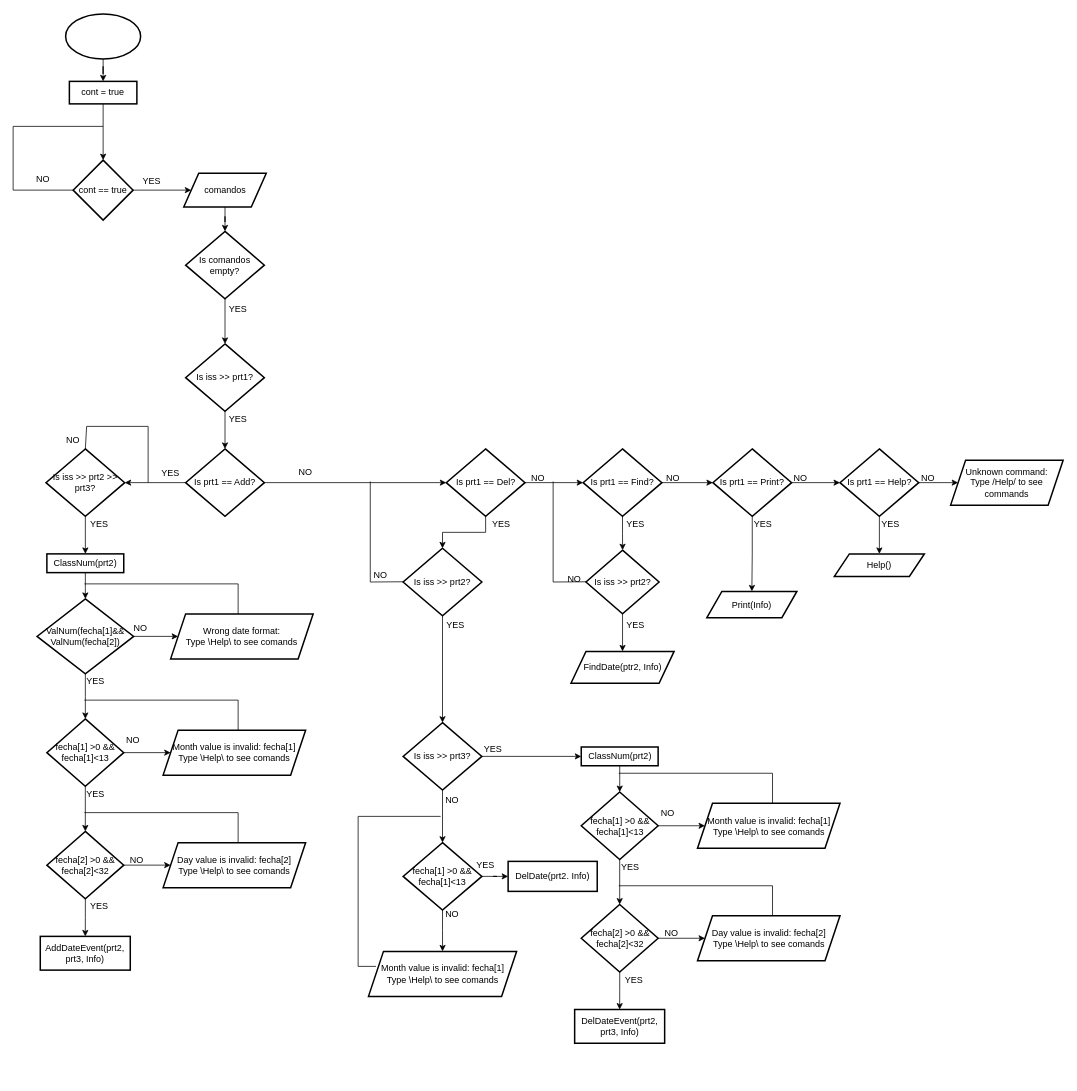
Earlier version of the draw.io diagram BD.drawio (NicoleLozadaLeon/ALBAJULIOMIKA). Source tidied: cells renumbered, new cells numbered last; positions are measured from the earlier drawing's top-left corner, leaving out a move shared by most shapes. Both pictures are drawn from the tidied source at 75%, with x=0, y=0 at pixel (13, 14).
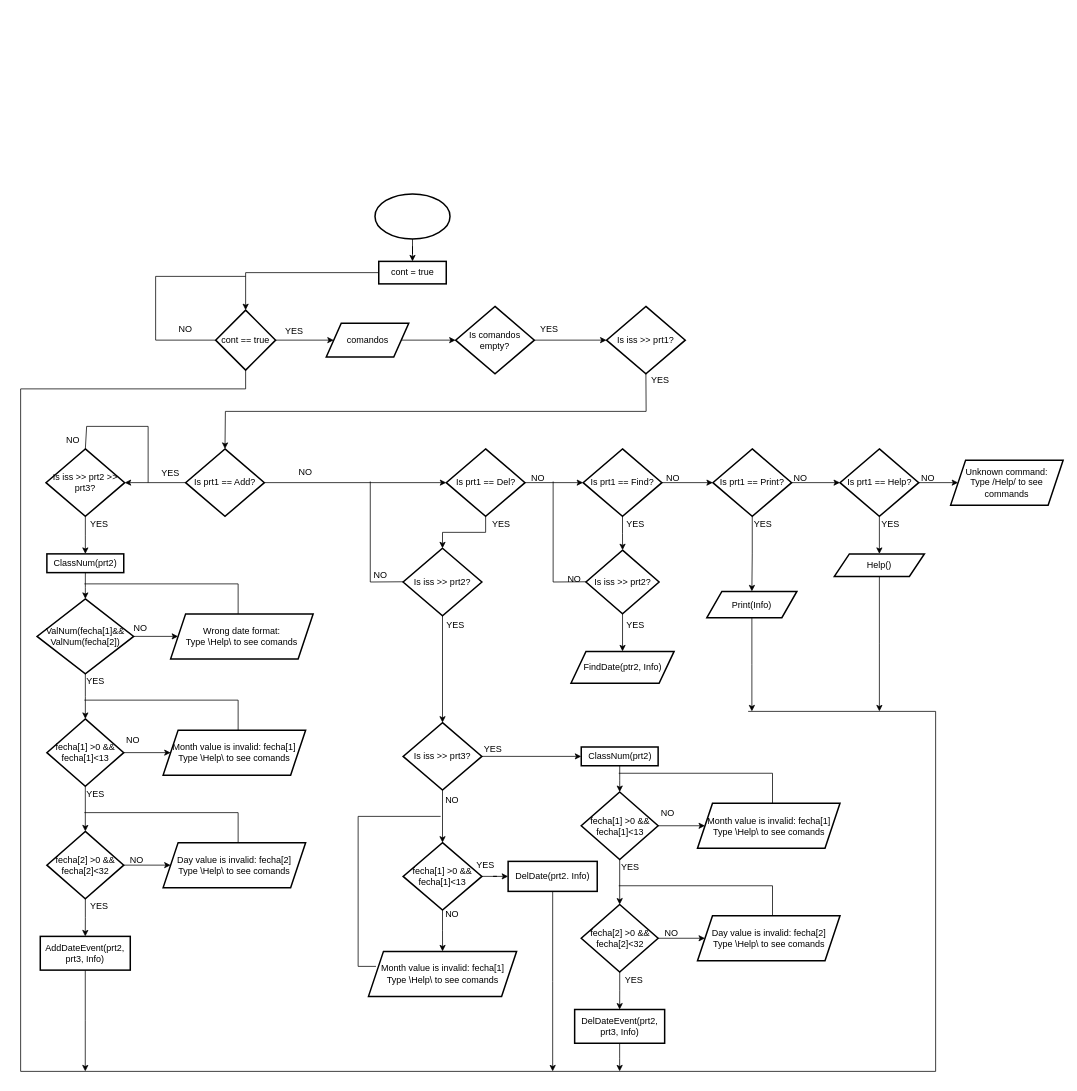
The same diagram, later.

Unchanged cells that the change refers to:
```xml
<mxCell id="22" value="Is prt1 == Add?" style="rhombus;whiteSpace=wrap;html=1;strokeWidth=2;" parent="1" vertex="1">
  <mxGeometry x="230" y="580" width="105" height="90" as="geometry" />
</mxCell>
<mxCell id="39" value="Print(Info)" style="shape=parallelogram;perimeter=parallelogramPerimeter;whiteSpace=wrap;html=1;fixedSize=1;strokeWidth=2;" parent="1" vertex="1">
  <mxGeometry x="925" y="770" width="120" height="35" as="geometry" />
</mxCell>
<mxCell id="40" value="Help()" style="shape=parallelogram;perimeter=parallelogramPerimeter;whiteSpace=wrap;html=1;fixedSize=1;strokeWidth=2;" parent="1" vertex="1">
  <mxGeometry x="1095" y="720" width="120" height="30" as="geometry" />
</mxCell>
<mxCell id="65" value="AddDateEvent(prt2, prt3, Info)" style="whiteSpace=wrap;html=1;strokeWidth=2;" parent="1" vertex="1">
  <mxGeometry x="36.2" y="1230" width="120" height="45" as="geometry" />
</mxCell>
<mxCell id="90" value="DelDateEvent(prt2, prt3, Info)" style="whiteSpace=wrap;html=1;strokeWidth=2;" parent="1" vertex="1">
  <mxGeometry x="748.7" y="1327.5" width="120" height="45" as="geometry" />
</mxCell>
<mxCell id="102" value="DelDate(prt2. Info)" style="whiteSpace=wrap;html=1;strokeWidth=2;" parent="1" vertex="1">
  <mxGeometry x="660" y="1130" width="118.8" height="40" as="geometry" />
</mxCell>
```

Change to the diagram source:
```diff
@@
     <mxCell id="3" style="strokeWidth=2;html=1;shape=mxgraph.flowchart.start_1;whiteSpace=wrap;" parent="1" vertex="1">
-      <mxGeometry x="70" width="100" height="60" as="geometry" />
+      <mxGeometry x="482.5" y="240" width="100" height="60" as="geometry" />
     </mxCell>
@@
     <mxCell id="5" value="cont = true" style="whiteSpace=wrap;html=1;strokeWidth=2;" parent="1" vertex="1">
-      <mxGeometry x="75" y="90" width="90" height="30" as="geometry" />
+      <mxGeometry x="487.5" y="330" width="90" height="30" as="geometry" />
     </mxCell>
@@
     <mxCell id="7" value="cont == true" style="rhombus;whiteSpace=wrap;html=1;strokeWidth=2;" parent="1" vertex="1">
-      <mxGeometry x="80" y="195" width="80" height="80" as="geometry" />
+      <mxGeometry x="270" y="395" width="80" height="80" as="geometry" />
     </mxCell>
@@
     <mxCell id="9" value="comandos" style="shape=parallelogram;perimeter=parallelogramPerimeter;whiteSpace=wrap;html=1;fixedSize=1;strokeWidth=2;" parent="1" vertex="1">
-      <mxGeometry x="227.5" y="212.5" width="110" height="45" as="geometry" />
+      <mxGeometry x="417.5" y="412.5" width="110" height="45" as="geometry" />
     </mxCell>
     <mxCell id="10" value="YES" style="text;html=1;align=center;verticalAlign=middle;whiteSpace=wrap;rounded=0;" parent="1" vertex="1">
-      <mxGeometry x="165" y="212.5" width="40" height="20" as="geometry" />
+      <mxGeometry x="355" y="412.5" width="40" height="20" as="geometry" />
     </mxCell>
     <mxCell id="11" value="NO" style="text;html=1;align=center;verticalAlign=middle;whiteSpace=wrap;rounded=0;" parent="1" vertex="1">
-      <mxGeometry x="10" y="212.5" width="60" height="17.5" as="geometry" />
+      <mxGeometry x="200" y="412.5" width="60" height="17.5" as="geometry" />
     </mxCell>
@@
     <mxCell id="13" value="Is comandos empty?" style="rhombus;whiteSpace=wrap;html=1;strokeWidth=2;" parent="1" vertex="1">
-      <mxGeometry x="230" y="290" width="105" height="90" as="geometry" />
+      <mxGeometry x="590" y="390" width="105" height="90" as="geometry" />
     </mxCell>
-    <mxCell id="14" style="edgeStyle=orthogonalEdgeStyle;rounded=0;jettySize=auto;html=1;" parent="1" edge="1" source="15" target="22">
-      <mxGeometry relative="1" as="geometry" />
-    </mxCell>
     <mxCell id="15" value="Is iss &amp;gt;&amp;gt; prt1?" style="rhombus;whiteSpace=wrap;html=1;strokeWidth=2;" parent="1" vertex="1">
-      <mxGeometry x="230" y="440" width="105" height="90" as="geometry" />
+      <mxGeometry x="791.2" y="390" width="105" height="90" as="geometry" />
     </mxCell>
     <mxCell id="16" value="YES" style="text;html=1;align=center;verticalAlign=middle;whiteSpace=wrap;rounded=0;" parent="1" vertex="1">
-      <mxGeometry x="280" y="530" width="40" height="20" as="geometry" />
+      <mxGeometry x="695" y="410" width="40" height="20" as="geometry" />
     </mxCell>
     <mxCell id="17" value="YES" style="text;html=1;align=center;verticalAlign=middle;whiteSpace=wrap;rounded=0;" parent="1" vertex="1">
-      <mxGeometry x="280" y="380" width="40" height="27.5" as="geometry" />
+      <mxGeometry x="842.5" y="475" width="40" height="27.5" as="geometry" />
     </mxCell>
@@
+    <mxCell id="119" style="edgeStyle=orthogonalEdgeStyle;rounded=0;jettySize=auto;html=1;" parent="1" edge="1" source="39">
+      <mxGeometry relative="1" as="geometry">
+        <mxPoint x="985" y="930" as="targetPoint" />
+      </mxGeometry>
+    </mxCell>
@@
+    <mxCell id="120" style="edgeStyle=orthogonalEdgeStyle;rounded=0;jettySize=auto;html=1;" parent="1" edge="1" source="40">
+      <mxGeometry relative="1" as="geometry">
+        <mxPoint x="1155" y="930" as="targetPoint" />
+      </mxGeometry>
+    </mxCell>
@@
+    <mxCell id="121" style="edgeStyle=orthogonalEdgeStyle;rounded=0;jettySize=auto;html=1;" parent="1" edge="1" source="65">
+      <mxGeometry relative="1" as="geometry">
+        <mxPoint x="96.2" y="1410" as="targetPoint" />
+      </mxGeometry>
+    </mxCell>
@@
+    <mxCell id="122" style="edgeStyle=orthogonalEdgeStyle;rounded=0;jettySize=auto;html=1;" parent="1" edge="1" source="90">
+      <mxGeometry relative="1" as="geometry">
+        <mxPoint x="808.7" y="1410" as="targetPoint" />
+      </mxGeometry>
+    </mxCell>
@@
+    <mxCell id="123" style="edgeStyle=orthogonalEdgeStyle;rounded=0;jettySize=auto;html=1;" parent="1" edge="1" source="102">
+      <mxGeometry relative="1" as="geometry">
+        <mxPoint x="719.4" y="1410" as="targetPoint" />
+      </mxGeometry>
+    </mxCell>
@@
     <mxCell id="118" style="endArrow=none;html=1;rounded=0;exitX=0;exitY=0.5;exitDx=0;exitDy=0;" parent="1" edge="1" source="7">
       <mxGeometry relative="1" as="geometry">
-        <mxPoint x="120" y="150" as="targetPoint" />
+        <mxPoint x="310" y="350" as="targetPoint" />
         <Array as="points">
-          <mxPoint y="235" />
-          <mxPoint y="150" />
+          <mxPoint x="190" y="435" />
+          <mxPoint x="190" y="350" />
         </Array>
       </mxGeometry>
     </mxCell>
+    <mxCell id="14" style="endArrow=classic;html=1;rounded=0;exitX=0.5;exitY=1;exitDx=0;exitDy=0;entryX=0.5;entryY=0;entryDx=0;entryDy=0;" parent="1" edge="1" source="15" target="22">
+      <mxGeometry relative="1" as="geometry">
+        <Array as="points">
+          <mxPoint x="844" y="530" />
+          <mxPoint x="283" y="530" />
+        </Array>
+      </mxGeometry>
+    </mxCell>
+    <mxCell id="124" style="endArrow=none;html=1;rounded=0;entryX=0.5;entryY=1;entryDx=0;entryDy=0;" parent="1" edge="1" target="7">
+      <mxGeometry relative="1" as="geometry">
+        <mxPoint x="980" y="930" as="sourcePoint" />
+        <Array as="points">
+          <mxPoint x="1230" y="930" />
+          <mxPoint x="1230" y="1410" />
+          <mxPoint x="10" y="1410" />
+          <mxPoint x="10" y="500" />
+          <mxPoint x="310" y="500" />
+        </Array>
+      </mxGeometry>
+    </mxCell>
```
